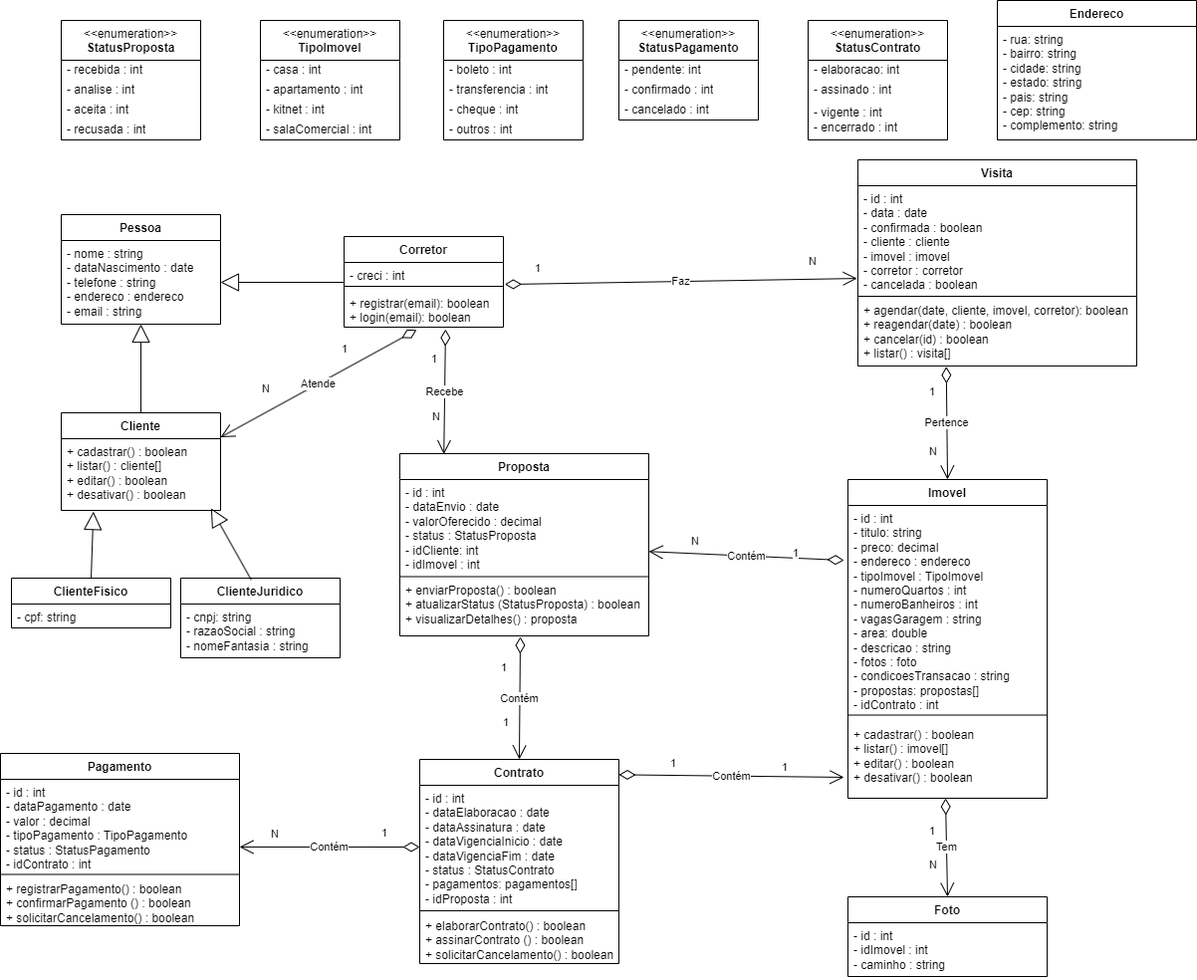
israel-bsi/realtyhub keeps this draw.io diagram as diagrams/classe/classe.drawio.png. Above is the earlier version. Source tidied: cells renumbered, new cells last; positions are measured from the earlier drawing's top-left corner, leaving out a move shared by most shapes.
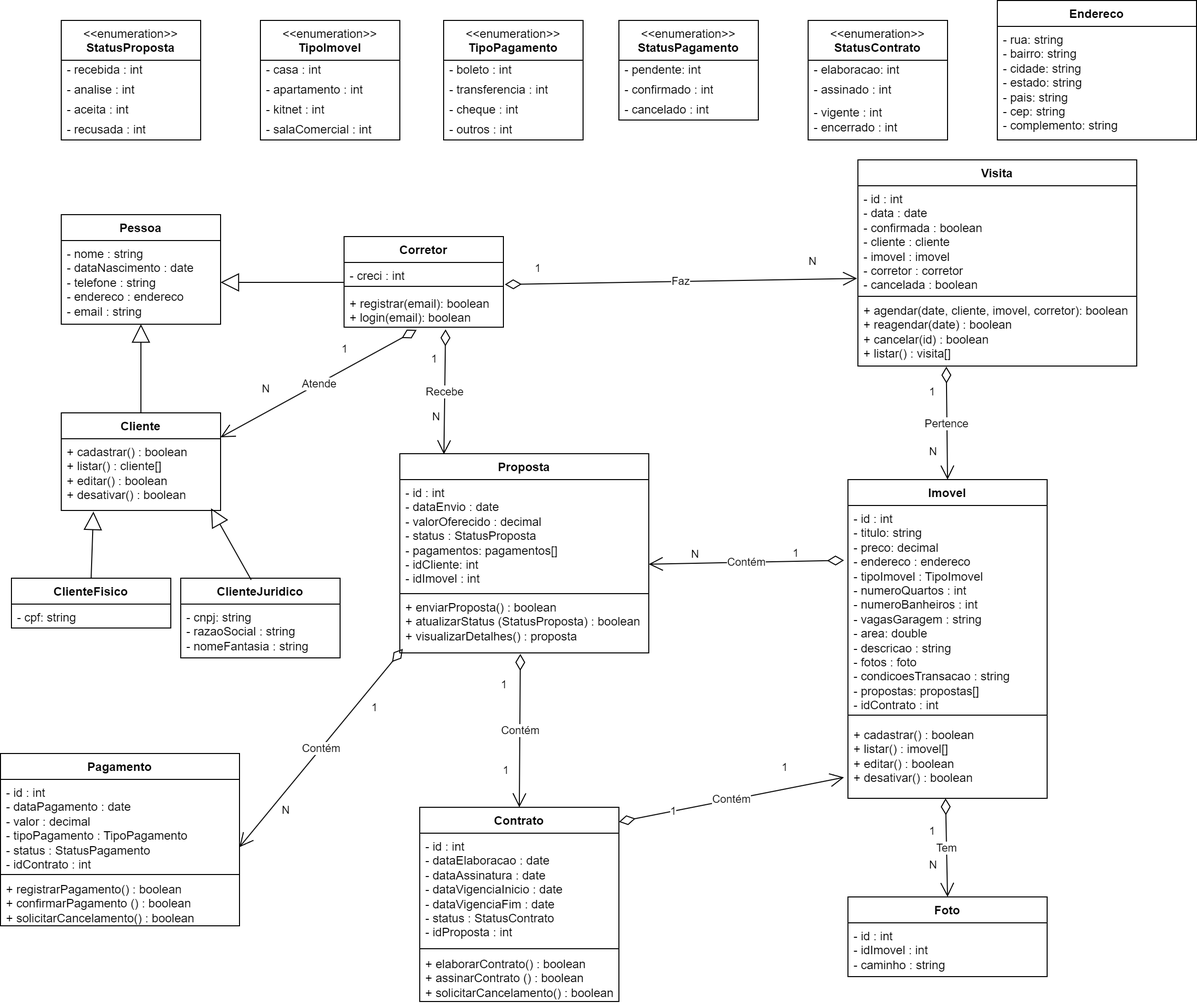
Above is the later version.

Diff of the diagram source:
```diff
@@ -92,53 +92,53 @@
     <mxCell id="31" value="Faz" style="endArrow=open;html=1;endSize=12;startArrow=diamondThin;startSize=14;startFill=0;rounded=0;exitX=1.009;exitY=1.104;exitDx=0;exitDy=0;exitPerimeter=0;entryX=-0.003;entryY=0.846;entryDx=0;entryDy=0;entryPerimeter=0;" parent="1" edge="1" source="3" target="16">
       <mxGeometry relative="1" as="geometry" />
     </mxCell>
-    <mxCell id="32" value="1" style="edgeLabel;html=1;align=left;verticalAlign=top;" parent="31" vertex="1">
-      <mxGeometry x="-1" relative="1" as="geometry">
-        <mxPoint x="29" y="-29" as="offset" />
-      </mxGeometry>
-    </mxCell>
-    <mxCell id="33" value="N" style="edgeLabel;html=1;align=right;verticalAlign=top;" parent="31" vertex="1">
-      <mxGeometry x="1" relative="1" as="geometry">
-        <mxPoint x="-40" y="-30" as="offset" />
-      </mxGeometry>
-    </mxCell>
+    <mxCell id="92" value="1" style="edgeLabel;html=1;align=left;verticalAlign=top;" parent="31" vertex="1">
+      <mxGeometry x="-1" relative="1" as="geometry">
+        <mxPoint x="29" y="-29" as="offset" />
+      </mxGeometry>
+    </mxCell>
+    <mxCell id="93" value="N" style="edgeLabel;html=1;align=right;verticalAlign=top;" parent="31" vertex="1">
+      <mxGeometry x="1" relative="1" as="geometry">
+        <mxPoint x="-40" y="-30" as="offset" />
+      </mxGeometry>
+    </mxCell>
     <mxCell id="34" value="Pertence" style="endArrow=open;html=1;endSize=12;startArrow=diamondThin;startSize=14;startFill=0;rounded=0;exitX=0.317;exitY=1.009;exitDx=0;exitDy=0;exitPerimeter=0;entryX=0.5;entryY=0;entryDx=0;entryDy=0;" parent="1" edge="1" source="18" target="6">
       <mxGeometry relative="1" as="geometry" />
     </mxCell>
-    <mxCell id="35" value="1" style="edgeLabel;html=1;align=left;verticalAlign=top;" parent="34" vertex="1">
-      <mxGeometry x="-1" relative="1" as="geometry">
-        <mxPoint x="-19" y="12" as="offset" />
-      </mxGeometry>
-    </mxCell>
-    <mxCell id="36" value="N" style="edgeLabel;html=1;align=right;verticalAlign=top;" parent="34" vertex="1">
-      <mxGeometry x="1" relative="1" as="geometry">
-        <mxPoint x="-10" y="-41" as="offset" />
-      </mxGeometry>
-    </mxCell>
+    <mxCell id="94" value="1" style="edgeLabel;html=1;align=left;verticalAlign=top;" parent="34" vertex="1">
+      <mxGeometry x="-1" relative="1" as="geometry">
+        <mxPoint x="-19" y="12" as="offset" />
+      </mxGeometry>
+    </mxCell>
+    <mxCell id="95" value="N" style="edgeLabel;html=1;align=right;verticalAlign=top;" parent="34" vertex="1">
+      <mxGeometry x="1" relative="1" as="geometry">
+        <mxPoint x="-10" y="-41" as="offset" />
+      </mxGeometry>
+    </mxCell>
     <mxCell id="37" value="Atende" style="endArrow=open;html=1;endSize=12;startArrow=diamondThin;startSize=14;startFill=0;rounded=0;exitX=0.455;exitY=1.074;exitDx=0;exitDy=0;exitPerimeter=0;entryX=1;entryY=0.25;entryDx=0;entryDy=0;" parent="1" edge="1" source="5" target="23">
       <mxGeometry relative="1" as="geometry" />
     </mxCell>
-    <mxCell id="38" value="1" style="edgeLabel;html=1;align=left;verticalAlign=top;" parent="37" vertex="1">
-      <mxGeometry x="-1" relative="1" as="geometry">
-        <mxPoint x="-77" y="6" as="offset" />
-      </mxGeometry>
-    </mxCell>
-    <mxCell id="39" value="N" style="edgeLabel;html=1;align=right;verticalAlign=top;" parent="37" vertex="1">
-      <mxGeometry x="1" relative="1" as="geometry">
-        <mxPoint x="50" y="-61" as="offset" />
-      </mxGeometry>
-    </mxCell>
+    <mxCell id="96" value="1" style="edgeLabel;html=1;align=left;verticalAlign=top;" parent="37" vertex="1">
+      <mxGeometry x="-1" relative="1" as="geometry">
+        <mxPoint x="-77" y="6" as="offset" />
+      </mxGeometry>
+    </mxCell>
+    <mxCell id="97" value="N" style="edgeLabel;html=1;align=right;verticalAlign=top;" parent="37" vertex="1">
+      <mxGeometry x="1" relative="1" as="geometry">
+        <mxPoint x="50" y="-61" as="offset" />
+      </mxGeometry>
+    </mxCell>
     <mxCell id="40" value="Proposta" style="swimlane;fontStyle=1;align=center;verticalAlign=top;horizontal=1;startSize=26;whiteSpace=wrap;html=1;" parent="1" vertex="1">
-      <mxGeometry x="401" y="455" width="250" height="183" as="geometry" />
+      <mxGeometry x="401" y="455" width="250" height="200" as="geometry" />
     </mxCell>
-    <mxCell id="41" value="- id : int&lt;div&gt;- dataEnvio : date&lt;/div&gt;&lt;div&gt;- valorOferecido : decimal&lt;/div&gt;&lt;div&gt;- status : StatusProposta&lt;/div&gt;&lt;div&gt;- idCliente: int&lt;/div&gt;&lt;div&gt;- idImovel : int&lt;/div&gt;" style="text;strokeColor=none;fillColor=none;align=left;verticalAlign=top;spacingLeft=4;spacingRight=4;overflow=hidden;points=[[0,0.5],[1,0.5]];portConstraint=eastwest;whiteSpace=wrap;html=1;" parent="40" vertex="1">
-      <mxGeometry y="26" width="250" height="97" as="geometry" />
-    </mxCell>
-    <mxCell id="42" style="line;strokeWidth=1;fillColor=none;align=left;verticalAlign=middle;spacingTop=-1;spacingLeft=3;spacingRight=3;labelPosition=right;strokeColor=inherit;" parent="40" vertex="1">
-      <mxGeometry y="123" width="250" height="1" as="geometry" />
-    </mxCell>
+    <mxCell id="98" value="- id : int&lt;div&gt;- dataEnvio : date&lt;/div&gt;&lt;div&gt;- valorOferecido : decimal&lt;/div&gt;&lt;div&gt;- status : StatusProposta&lt;/div&gt;&lt;div&gt;-&amp;nbsp;&lt;span style=&quot;background-color: transparent; color: light-dark(rgb(0, 0, 0), rgb(255, 255, 255));&quot;&gt;pagamentos: pagamentos[]&lt;/span&gt;&lt;/div&gt;&lt;div&gt;- idCliente: int&lt;/div&gt;&lt;div&gt;- idImovel : int&lt;/div&gt;&lt;div&gt;&lt;br&gt;&lt;/div&gt;" style="text;strokeColor=none;fillColor=none;align=left;verticalAlign=top;spacingLeft=4;spacingRight=4;overflow=hidden;points=[[0,0.5],[1,0.5]];portConstraint=eastwest;whiteSpace=wrap;html=1;" parent="40" vertex="1">
+      <mxGeometry y="26" width="250" height="114" as="geometry" />
+    </mxCell>
+    <mxCell id="99" style="line;strokeWidth=1;fillColor=none;align=left;verticalAlign=middle;spacingTop=-1;spacingLeft=3;spacingRight=3;labelPosition=right;strokeColor=inherit;" parent="40" vertex="1">
+      <mxGeometry y="140" width="250" height="1" as="geometry" />
+    </mxCell>
     <mxCell id="43" value="+ enviarProposta() : boolean&lt;div&gt;+ atualizarStatus (StatusProposta) : boolean&lt;/div&gt;&lt;div&gt;+ visualizarDetalhes() : proposta&lt;/div&gt;" style="text;strokeColor=none;fillColor=none;align=left;verticalAlign=top;spacingLeft=4;spacingRight=4;overflow=hidden;points=[[0,0.5],[1,0.5]];portConstraint=eastwest;whiteSpace=wrap;html=1;" parent="40" vertex="1">
-      <mxGeometry y="124" width="250" height="59" as="geometry" />
+      <mxGeometry y="141" width="250" height="59" as="geometry" />
     </mxCell>
     <mxCell id="44" value="&amp;lt;&amp;lt;enumeration&amp;gt;&amp;gt;&lt;br&gt;&lt;b&gt;StatusProposta&lt;/b&gt;" style="swimlane;fontStyle=0;align=center;verticalAlign=top;horizontal=1;startSize=40;html=1;whiteSpace=wrap;" parent="1" vertex="1">
       <mxGeometry x="61" y="20" width="140" height="120" as="geometry" />
@@ -156,16 +156,16 @@
       <mxGeometry y="100" width="140" height="20" as="geometry" />
     </mxCell>
     <mxCell id="49" value="Contrato" style="swimlane;fontStyle=1;align=center;verticalAlign=top;horizontal=1;startSize=26;whiteSpace=wrap;html=1;" parent="1" vertex="1">
-      <mxGeometry x="421" y="762" width="200" height="205" as="geometry" />
+      <mxGeometry x="421" y="810" width="200" height="195" as="geometry" />
     </mxCell>
-    <mxCell id="50" value="- id : int&lt;div&gt;- dataElaboracao : date&lt;/div&gt;&lt;div&gt;- dataAssinatura : date&lt;br&gt;&lt;/div&gt;&lt;div&gt;- dataVigenciaInicio : date&lt;br&gt;&lt;/div&gt;&lt;div&gt;- dataVigenciaFim&amp;nbsp;: date&lt;br&gt;&lt;/div&gt;&lt;div&gt;- status : StatusContrato&lt;/div&gt;&lt;div&gt;- pagamentos: pagamentos[]&lt;br&gt;&lt;/div&gt;&lt;div&gt;- idProposta : int&lt;/div&gt;" style="text;strokeColor=none;fillColor=none;align=left;verticalAlign=top;spacingLeft=4;spacingRight=4;overflow=hidden;points=[[0,0.5],[1,0.5]];portConstraint=eastwest;whiteSpace=wrap;html=1;" parent="49" vertex="1">
-      <mxGeometry y="26" width="200" height="124" as="geometry" />
-    </mxCell>
-    <mxCell id="51" style="line;strokeWidth=1;fillColor=none;align=left;verticalAlign=middle;spacingTop=-1;spacingLeft=3;spacingRight=3;labelPosition=right;strokeColor=inherit;" parent="49" vertex="1">
-      <mxGeometry y="150" width="200" height="4" as="geometry" />
-    </mxCell>
+    <mxCell id="100" value="- id : int&lt;div&gt;- dataElaboracao : date&lt;/div&gt;&lt;div&gt;- dataAssinatura : date&lt;br&gt;&lt;/div&gt;&lt;div&gt;- dataVigenciaInicio : date&lt;br&gt;&lt;/div&gt;&lt;div&gt;- dataVigenciaFim&amp;nbsp;: date&lt;br&gt;&lt;/div&gt;&lt;div&gt;- status : StatusContrato&lt;/div&gt;&lt;div&gt;- idProposta : int&lt;/div&gt;" style="text;strokeColor=none;fillColor=none;align=left;verticalAlign=top;spacingLeft=4;spacingRight=4;overflow=hidden;whiteSpace=wrap;html=1;" parent="49" vertex="1">
+      <mxGeometry y="26" width="200" height="114" as="geometry" />
+    </mxCell>
+    <mxCell id="101" style="line;strokeWidth=1;fillColor=none;align=left;verticalAlign=middle;spacingTop=-1;spacingLeft=3;spacingRight=3;labelPosition=right;strokeColor=inherit;" parent="49" vertex="1">
+      <mxGeometry y="140" width="200" height="4" as="geometry" />
+    </mxCell>
     <mxCell id="52" value="+ elaborarContrato() : boolean&lt;div&gt;+ assinarContrato () : boolean&lt;/div&gt;&lt;div&gt;+ solicitarCancelamento() : boolean&lt;/div&gt;" style="text;strokeColor=none;fillColor=none;align=left;verticalAlign=top;spacingLeft=4;spacingRight=4;overflow=hidden;whiteSpace=wrap;html=1;" parent="49" vertex="1">
-      <mxGeometry y="154" width="200" height="51" as="geometry" />
+      <mxGeometry y="144" width="200" height="51" as="geometry" />
     </mxCell>
     <mxCell id="53" value="Pagamento" style="swimlane;fontStyle=1;align=center;verticalAlign=top;horizontal=1;startSize=26;whiteSpace=wrap;html=1;" parent="1" vertex="1">
       <mxGeometry y="756" width="240" height="173" as="geometry" />
@@ -218,45 +218,45 @@
     <mxCell id="69" value="- vigente : int&lt;div&gt;- encerrado : int&lt;/div&gt;" style="text;html=1;strokeColor=none;fillColor=none;align=left;verticalAlign=middle;spacingLeft=4;spacingRight=4;overflow=hidden;whiteSpace=wrap;" parent="66" vertex="1">
       <mxGeometry y="80" width="140" height="40" as="geometry" />
     </mxCell>
-    <mxCell id="70" value="Contém" style="endArrow=open;html=1;endSize=12;startArrow=diamondThin;startSize=14;startFill=0;rounded=0;exitX=-0.02;exitY=0.27;exitDx=0;exitDy=0;exitPerimeter=0;entryX=1;entryY=0.745;entryDx=0;entryDy=0;entryPerimeter=0;" parent="1" edge="1" source="7" target="41">
+    <mxCell id="70" value="Contém" style="endArrow=open;html=1;endSize=12;startArrow=diamondThin;startSize=14;startFill=0;rounded=0;exitX=-0.02;exitY=0.27;exitDx=0;exitDy=0;exitPerimeter=0;entryX=1;entryY=0.745;entryDx=0;entryDy=0;entryPerimeter=0;" parent="1" edge="1" source="7" target="98">
       <mxGeometry relative="1" as="geometry" />
     </mxCell>
-    <mxCell id="71" value="1" style="edgeLabel;html=1;align=left;verticalAlign=top;" parent="70" vertex="1">
-      <mxGeometry x="-1" relative="1" as="geometry">
-        <mxPoint x="-53" y="-20" as="offset" />
-      </mxGeometry>
-    </mxCell>
-    <mxCell id="72" value="N" style="edgeLabel;html=1;align=right;verticalAlign=top;" parent="70" vertex="1">
-      <mxGeometry x="1" relative="1" as="geometry">
-        <mxPoint x="51" y="-23" as="offset" />
-      </mxGeometry>
-    </mxCell>
+    <mxCell id="102" value="1" style="edgeLabel;html=1;align=left;verticalAlign=top;" parent="70" vertex="1">
+      <mxGeometry x="-1" relative="1" as="geometry">
+        <mxPoint x="-53" y="-20" as="offset" />
+      </mxGeometry>
+    </mxCell>
+    <mxCell id="103" value="N" style="edgeLabel;html=1;align=right;verticalAlign=top;" parent="70" vertex="1">
+      <mxGeometry x="1" relative="1" as="geometry">
+        <mxPoint x="51" y="-23" as="offset" />
+      </mxGeometry>
+    </mxCell>
     <mxCell id="73" value="Recebe" style="endArrow=open;html=1;endSize=12;startArrow=diamondThin;startSize=14;startFill=0;rounded=0;exitX=0.637;exitY=1.059;exitDx=0;exitDy=0;exitPerimeter=0;entryX=0.177;entryY=0.003;entryDx=0;entryDy=0;entryPerimeter=0;" parent="1" edge="1" source="5" target="40">
       <mxGeometry relative="1" as="geometry" />
     </mxCell>
-    <mxCell id="74" value="1" style="edgeLabel;html=1;align=left;verticalAlign=top;" parent="73" vertex="1">
-      <mxGeometry x="-1" relative="1" as="geometry">
-        <mxPoint x="-16" y="17" as="offset" />
-      </mxGeometry>
-    </mxCell>
-    <mxCell id="75" value="N" style="edgeLabel;html=1;align=right;verticalAlign=top;" parent="73" vertex="1">
-      <mxGeometry x="1" relative="1" as="geometry">
-        <mxPoint x="-3" y="-50" as="offset" />
-      </mxGeometry>
-    </mxCell>
+    <mxCell id="104" value="1" style="edgeLabel;html=1;align=left;verticalAlign=top;" parent="73" vertex="1">
+      <mxGeometry x="-1" relative="1" as="geometry">
+        <mxPoint x="-16" y="17" as="offset" />
+      </mxGeometry>
+    </mxCell>
+    <mxCell id="105" value="N" style="edgeLabel;html=1;align=right;verticalAlign=top;" parent="73" vertex="1">
+      <mxGeometry x="1" relative="1" as="geometry">
+        <mxPoint x="-3" y="-50" as="offset" />
+      </mxGeometry>
+    </mxCell>
     <mxCell id="76" value="Tem" style="endArrow=open;html=1;endSize=12;startArrow=diamondThin;startSize=14;startFill=0;rounded=0;exitX=0.49;exitY=1;exitDx=0;exitDy=0;exitPerimeter=0;entryX=0.5;entryY=0;entryDx=0;entryDy=0;" parent="1" edge="1" source="9" target="79">
       <mxGeometry relative="1" as="geometry" />
     </mxCell>
-    <mxCell id="77" value="1" style="edgeLabel;html=1;align=left;verticalAlign=top;" parent="76" vertex="1">
-      <mxGeometry x="-1" relative="1" as="geometry">
-        <mxPoint x="-18" y="20" as="offset" />
-      </mxGeometry>
-    </mxCell>
-    <mxCell id="78" value="N" style="edgeLabel;html=1;align=right;verticalAlign=top;" parent="76" vertex="1">
-      <mxGeometry x="1" relative="1" as="geometry">
-        <mxPoint x="-10" y="-45" as="offset" />
-      </mxGeometry>
-    </mxCell>
+    <mxCell id="106" value="1" style="edgeLabel;html=1;align=left;verticalAlign=top;" parent="76" vertex="1">
+      <mxGeometry x="-1" relative="1" as="geometry">
+        <mxPoint x="-18" y="20" as="offset" />
+      </mxGeometry>
+    </mxCell>
+    <mxCell id="107" value="N" style="edgeLabel;html=1;align=right;verticalAlign=top;" parent="76" vertex="1">
+      <mxGeometry x="1" relative="1" as="geometry">
+        <mxPoint x="-10" y="-45" as="offset" />
+      </mxGeometry>
+    </mxCell>
     <mxCell id="79" value="Foto" style="swimlane;fontStyle=1;align=center;verticalAlign=top;horizontal=1;startSize=26;whiteSpace=wrap;html=1;" parent="1" vertex="1">
       <mxGeometry x="851" y="900" width="200" height="80" as="geometry" />
     </mxCell>
@@ -272,41 +272,41 @@
     <mxCell id="83" value="Contém" style="endArrow=open;html=1;endSize=12;startArrow=diamondThin;startSize=14;startFill=0;rounded=0;exitX=0.484;exitY=1.017;exitDx=0;exitDy=0;exitPerimeter=0;entryX=0.5;entryY=0;entryDx=0;entryDy=0;" parent="1" edge="1" source="43" target="49">
       <mxGeometry relative="1" as="geometry" />
     </mxCell>
-    <mxCell id="84" value="1" style="edgeLabel;html=1;align=left;verticalAlign=top;" parent="83" vertex="1">
-      <mxGeometry x="-1" relative="1" as="geometry">
-        <mxPoint x="-21" y="18" as="offset" />
-      </mxGeometry>
-    </mxCell>
-    <mxCell id="85" value="1" style="edgeLabel;html=1;align=right;verticalAlign=top;" parent="83" vertex="1">
-      <mxGeometry x="1" relative="1" as="geometry">
-        <mxPoint x="-10" y="-50" as="offset" />
-      </mxGeometry>
-    </mxCell>
+    <mxCell id="108" value="1" style="edgeLabel;html=1;align=left;verticalAlign=top;" parent="83" vertex="1">
+      <mxGeometry x="-1" relative="1" as="geometry">
+        <mxPoint x="-21" y="18" as="offset" />
+      </mxGeometry>
+    </mxCell>
+    <mxCell id="109" value="1" style="edgeLabel;html=1;align=right;verticalAlign=top;" parent="83" vertex="1">
+      <mxGeometry x="1" relative="1" as="geometry">
+        <mxPoint x="-10" y="-50" as="offset" />
+      </mxGeometry>
+    </mxCell>
     <mxCell id="86" value="Contém" style="endArrow=open;html=1;endSize=12;startArrow=diamondThin;startSize=14;startFill=0;rounded=0;exitX=1;exitY=0.075;exitDx=0;exitDy=0;exitPerimeter=0;entryX=-0.02;entryY=0.727;entryDx=0;entryDy=0;entryPerimeter=0;" parent="1" edge="1" source="49" target="9">
       <mxGeometry relative="1" as="geometry" />
     </mxCell>
-    <mxCell id="87" value="1" style="edgeLabel;html=1;align=left;verticalAlign=top;" parent="86" vertex="1">
-      <mxGeometry x="-1" relative="1" as="geometry">
-        <mxPoint x="50" y="-24" as="offset" />
-      </mxGeometry>
-    </mxCell>
-    <mxCell id="88" value="1" style="edgeLabel;html=1;align=right;verticalAlign=top;" parent="86" vertex="1">
-      <mxGeometry x="1" relative="1" as="geometry">
-        <mxPoint x="-56" y="-23" as="offset" />
-      </mxGeometry>
-    </mxCell>
+    <mxCell id="110" value="1" style="edgeLabel;html=1;align=left;verticalAlign=top;" parent="86" vertex="1">
+      <mxGeometry x="-1" relative="1" as="geometry">
+        <mxPoint x="50" y="-24" as="offset" />
+      </mxGeometry>
+    </mxCell>
+    <mxCell id="111" value="1" style="edgeLabel;html=1;align=right;verticalAlign=top;" parent="86" vertex="1">
+      <mxGeometry x="1" relative="1" as="geometry">
+        <mxPoint x="-56" y="-23" as="offset" />
+      </mxGeometry>
+    </mxCell>
-    <mxCell id="89" value="Contém" style="endArrow=open;html=1;endSize=12;startArrow=diamondThin;startSize=14;startFill=0;rounded=0;exitX=0;exitY=0.5;exitDx=0;exitDy=0;entryX=1;entryY=0.723;entryDx=0;entryDy=0;entryPerimeter=0;" parent="1" edge="1" source="50" target="54">
+    <mxCell id="89" value="Contém" style="endArrow=open;html=1;endSize=12;startArrow=diamondThin;startSize=14;startFill=0;rounded=0;exitX=0.012;exitY=0.932;exitDx=0;exitDy=0;entryX=1;entryY=0.723;entryDx=0;entryDy=0;entryPerimeter=0;exitPerimeter=0;" parent="1" edge="1" source="43" target="54">
       <mxGeometry relative="1" as="geometry" />
     </mxCell>
-    <mxCell id="90" value="1" style="edgeLabel;html=1;align=left;verticalAlign=top;" parent="89" vertex="1">
-      <mxGeometry x="-1" relative="1" as="geometry">
-        <mxPoint x="-40" y="-27" as="offset" />
-      </mxGeometry>
-    </mxCell>
-    <mxCell id="91" value="N" style="edgeLabel;html=1;align=right;verticalAlign=top;" parent="89" vertex="1">
-      <mxGeometry x="1" relative="1" as="geometry">
-        <mxPoint x="40" y="-26" as="offset" />
-      </mxGeometry>
-    </mxCell>
+    <mxCell id="112" value="1" style="edgeLabel;html=1;align=left;verticalAlign=top;" parent="89" vertex="1">
+      <mxGeometry x="-1" relative="1" as="geometry">
+        <mxPoint x="-33" y="46" as="offset" />
+      </mxGeometry>
+    </mxCell>
+    <mxCell id="113" value="N" style="edgeLabel;html=1;align=right;verticalAlign=top;" parent="89" vertex="1">
+      <mxGeometry x="1" relative="1" as="geometry">
+        <mxPoint x="51" y="-50" as="offset" />
+      </mxGeometry>
+    </mxCell>
   </root>
 </mxGraphModel>
```
